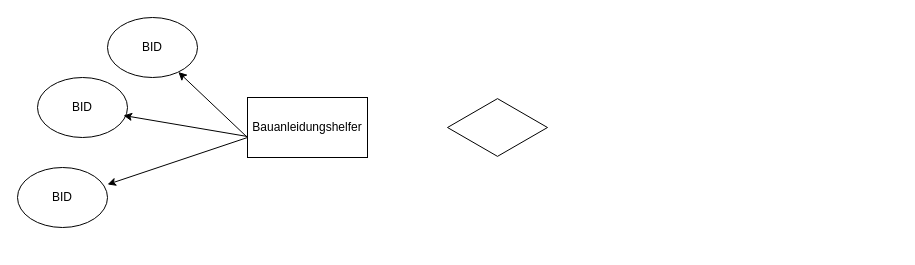
This is erdiabaunleitungshelfer.drawio from schattnkatz98/Team-Projekt-Michael-u-Julian, a draw.io file, before an edit. Source tidied: cells renumbered, new cells numbered last; positions are measured from the earlier drawing's top-left corner, leaving out a move shared by most shapes. Both pictures are drawn from the tidied source at 100%, with x=0, y=0 at pixel (17, 17).
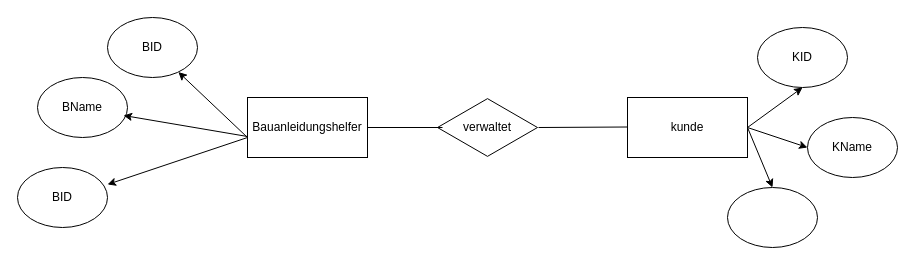
The same diagram, later.

The change refers to these unchanged cells:
```xml
<mxCell id="2" value="Bauanleidungshelfer" style="rounded=0;whiteSpace=wrap;html=1;" parent="1" vertex="1">
  <mxGeometry x="230" y="80" width="120" height="60" as="geometry" />
</mxCell>
```

Diff of the diagram source:
```diff
@@
-    <mxCell id="6" value="BID" style="ellipse;whiteSpace=wrap;html=1;" parent="1" vertex="1">
+    <mxCell id="6" value="BName" style="ellipse;whiteSpace=wrap;html=1;" parent="1" vertex="1">
       <mxGeometry x="20" y="60" width="90" height="60" as="geometry" />
     </mxCell>
@@
-    <mxCell id="9" style="html=1;whiteSpace=wrap;shape=isoRectangle;" parent="1" vertex="1">
-      <mxGeometry x="430" y="80" width="100" height="60" as="geometry" />
+    <mxCell id="9" value="&lt;div&gt;verwaltet&lt;/div&gt;" style="html=1;whiteSpace=wrap;shape=isoRectangle;" parent="1" vertex="1">
+      <mxGeometry x="420" y="80" width="100" height="60" as="geometry" />
     </mxCell>
+    <mxCell id="10" style="endArrow=none;html=1;rounded=0;exitX=1;exitY=0.5;exitDx=0;exitDy=0;entryX=0.05;entryY=0.5;entryDx=0;entryDy=0;entryPerimeter=0;" parent="1" edge="1" source="2" target="9">
+      <mxGeometry relative="1" as="geometry" />
+    </mxCell>
+    <mxCell id="11" value="kunde" style="rounded=0;whiteSpace=wrap;html=1;" parent="1" vertex="1">
+      <mxGeometry x="610" y="80" width="120" height="60" as="geometry" />
+    </mxCell>
+    <mxCell id="12" style="endArrow=none;html=1;rounded=0;exitX=1.01;exitY=0.5;exitDx=0;exitDy=0;entryX=0.05;entryY=0.5;entryDx=0;entryDy=0;entryPerimeter=0;exitPerimeter=0;" parent="1" edge="1" source="9">
+      <mxGeometry relative="1" as="geometry">
+        <mxPoint x="610" y="109.5" as="targetPoint" />
+      </mxGeometry>
+    </mxCell>
+    <mxCell id="13" value="KID" style="ellipse;whiteSpace=wrap;html=1;" parent="1" vertex="1">
+      <mxGeometry x="740" y="10" width="90" height="60" as="geometry" />
+    </mxCell>
+    <mxCell id="14" value="KName" style="ellipse;whiteSpace=wrap;html=1;" parent="1" vertex="1">
+      <mxGeometry x="790" y="100" width="90" height="60" as="geometry" />
+    </mxCell>
+    <mxCell id="15" style="ellipse;whiteSpace=wrap;html=1;" parent="1" vertex="1">
+      <mxGeometry x="710" y="170" width="90" height="60" as="geometry" />
+    </mxCell>
+    <mxCell id="16" style="endArrow=classic;html=1;rounded=0;exitX=1;exitY=0.5;exitDx=0;exitDy=0;entryX=0.5;entryY=1;entryDx=0;entryDy=0;" parent="1" edge="1" source="11" target="13">
+      <mxGeometry relative="1" as="geometry" />
+    </mxCell>
+    <mxCell id="17" style="endArrow=classic;html=1;rounded=0;exitX=1;exitY=0.5;exitDx=0;exitDy=0;entryX=0;entryY=0.5;entryDx=0;entryDy=0;" parent="1" edge="1" source="11" target="14">
+      <mxGeometry relative="1" as="geometry" />
+    </mxCell>
+    <mxCell id="18" style="endArrow=classic;html=1;rounded=0;exitX=1;exitY=0.5;exitDx=0;exitDy=0;entryX=0.5;entryY=0;entryDx=0;entryDy=0;" parent="1" edge="1" source="11" target="15">
+      <mxGeometry relative="1" as="geometry" />
+    </mxCell>
```
